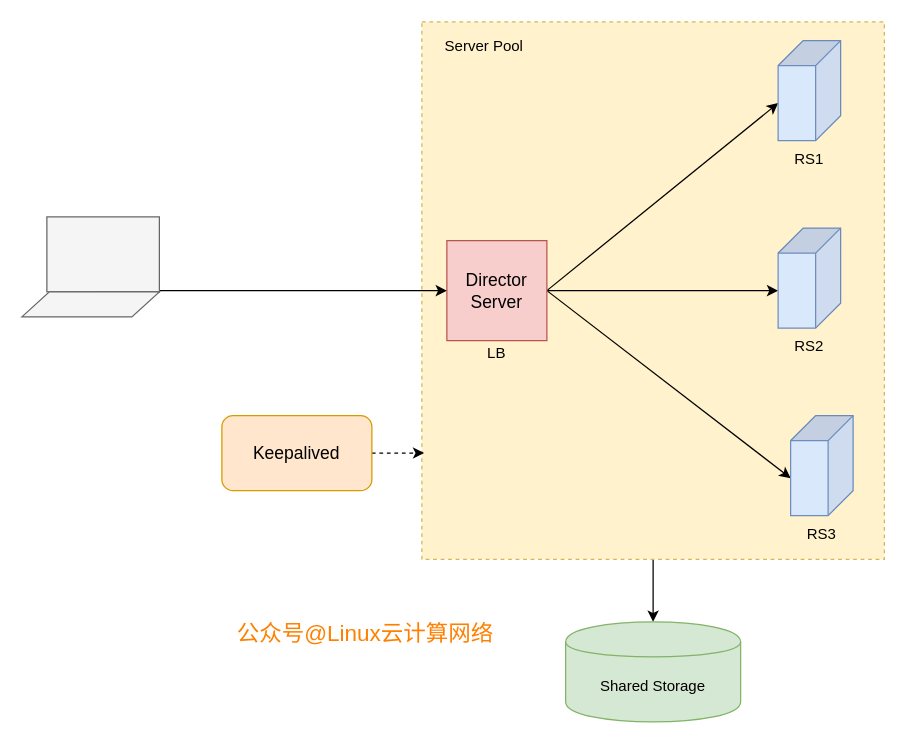
Before: LVS.drawio in ctimbai/draw.io, a draw.io diagram. Source tidied: cells renumbered, new cells numbered last; positions are measured from the earlier drawing's top-left corner, leaving out a move shared by most shapes. Both pictures are drawn from the tidied source at 125%, with x=0, y=0 at pixel (21, 21).
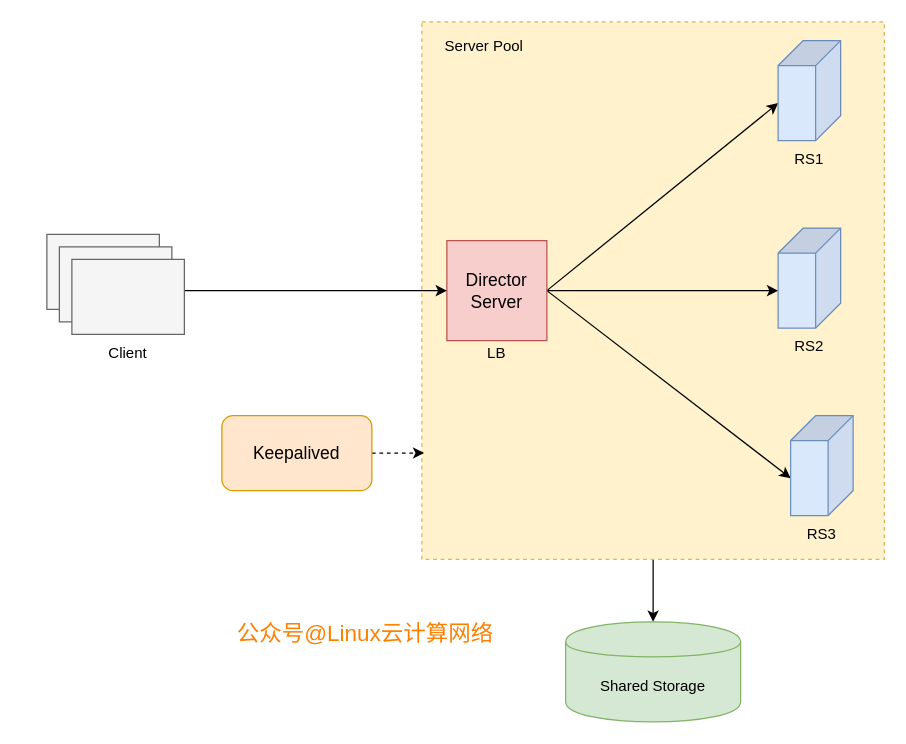
Above is the later version.

Diff of the diagram source:
```diff
@@
     <mxCell id="17" style="rounded=0;whiteSpace=wrap;html=1;fillColor=#f5f5f5;strokeColor=#666666;fontColor=#333333;" parent="1" vertex="1">
-      <mxGeometry x="20" y="156" width="90" height="60" as="geometry" />
+      <mxGeometry x="20" y="170" width="90" height="60" as="geometry" />
     </mxCell>
-    <mxCell id="18" style="shape=parallelogram;perimeter=parallelogramPerimeter;whiteSpace=wrap;html=1;fillColor=#f5f5f5;strokeColor=#666666;fontColor=#333333;" parent="1" vertex="1">
-      <mxGeometry y="216" width="110" height="20" as="geometry" />
-    </mxCell>
@@
+    <mxCell id="23" style="rounded=0;whiteSpace=wrap;html=1;fillColor=#f5f5f5;strokeColor=#666666;fontColor=#333333;" parent="1" vertex="1">
+      <mxGeometry x="30" y="180" width="90" height="60" as="geometry" />
+    </mxCell>
+    <mxCell id="24" style="rounded=0;whiteSpace=wrap;html=1;fillColor=#f5f5f5;strokeColor=#666666;fontColor=#333333;" parent="1" vertex="1">
+      <mxGeometry x="40" y="190" width="90" height="60" as="geometry" />
+    </mxCell>
+    <mxCell id="25" value="Client" style="text;html=1;strokeColor=none;fillColor=none;align=center;verticalAlign=middle;whiteSpace=wrap;rounded=0;" parent="1" vertex="1">
+      <mxGeometry x="65" y="255" width="40" height="20" as="geometry" />
+    </mxCell>
```
